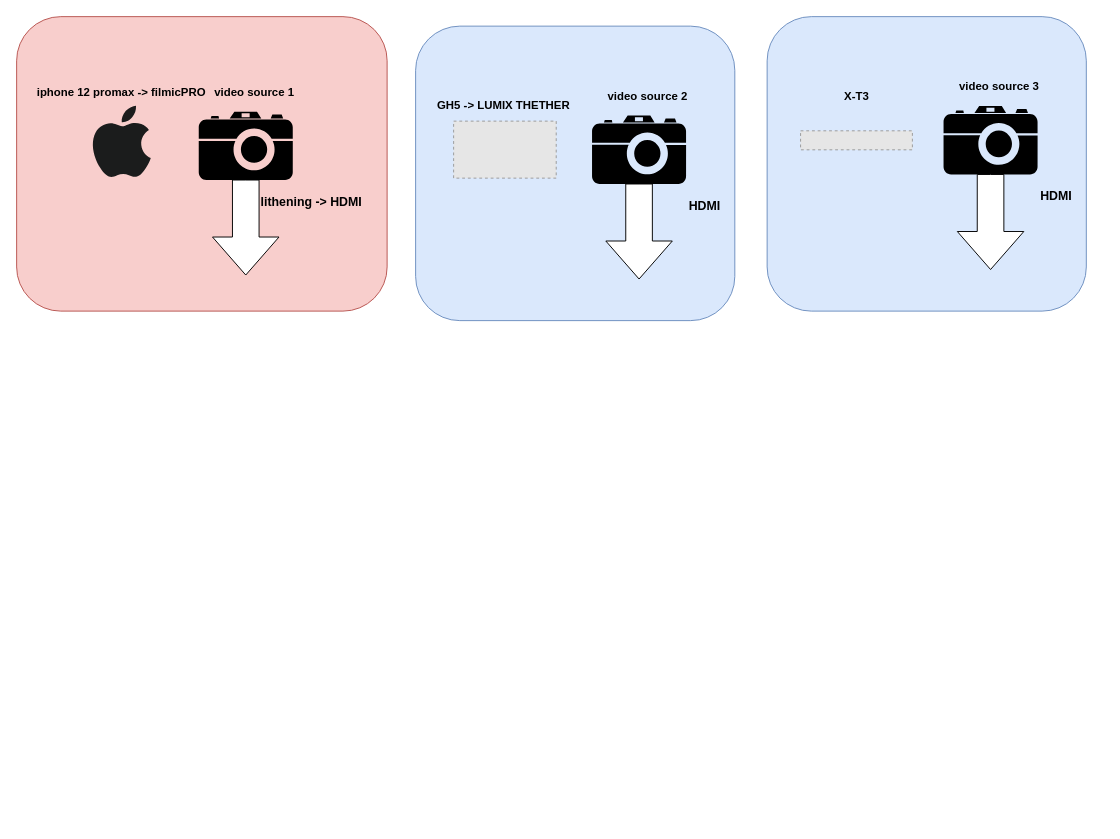
Above: Untitled Diagram.drawio in MarcinSzostak/documentation-user (draw.io), before the change. Source tidied: cells renumbered, new cells numbered last; positions are measured from the earlier drawing's top-left corner, leaving out a move shared by most shapes. Both pictures are drawn from the tidied source at 95%, with x=0, y=0 at pixel (16, 16). Pictures stored in the file or linked from it are replaced by grey dashed boxes.
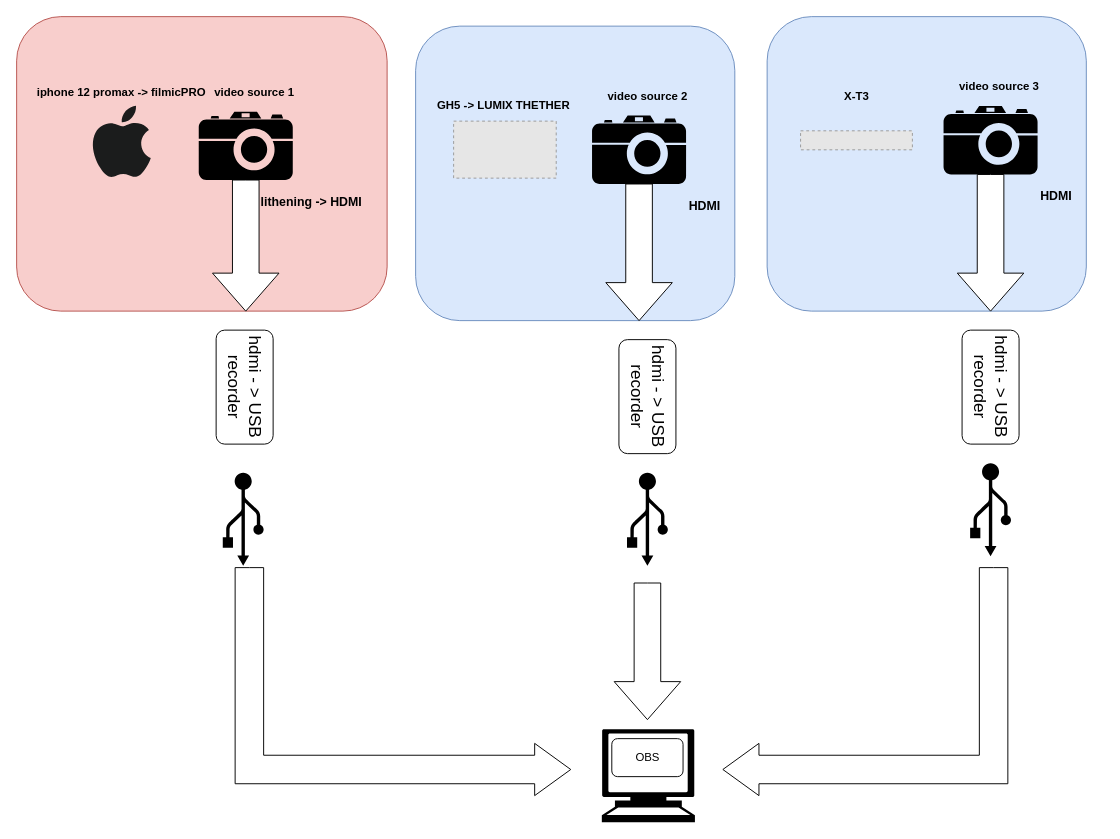
The same page after the edit.

What changed in the source:
```diff
@@
     <mxCell id="8" style="html=1;shadow=0;dashed=0;align=center;verticalAlign=middle;shape=mxgraph.arrows2.arrow;dy=0.6;dx=40;direction=south;notch=0;" parent="1" vertex="1">
-      <mxGeometry x="206.2" y="172" width="70" height="100" as="geometry" />
+      <mxGeometry x="206.2" y="172" width="70" height="138" as="geometry" />
     </mxCell>
@@
     <mxCell id="13" style="html=1;shadow=0;dashed=0;align=center;verticalAlign=middle;shape=mxgraph.arrows2.arrow;dy=0.6;dx=40;direction=south;notch=0;" parent="1" vertex="1">
-      <mxGeometry x="620.2" y="176.2" width="70" height="100" as="geometry" />
+      <mxGeometry x="620.2" y="176.2" width="70" height="143.8" as="geometry" />
     </mxCell>
@@
     <mxCell id="20" style="html=1;shadow=0;dashed=0;align=center;verticalAlign=middle;shape=mxgraph.arrows2.arrow;dy=0.6;dx=40;direction=south;notch=0;" parent="1" vertex="1">
-      <mxGeometry x="990.2" y="166.2" width="70" height="100" as="geometry" />
+      <mxGeometry x="990.2" y="166.2" width="70" height="143.8" as="geometry" />
     </mxCell>
@@
+    <mxCell id="23" value="&lt;font style=&quot;font-size: 18px&quot;&gt;hdmi - &amp;gt; USB recorder&lt;/font&gt;" style="rounded=1;whiteSpace=wrap;html=1;rotation=90;" parent="1" vertex="1">
+      <mxGeometry x="180" y="360" width="120" height="60" as="geometry" />
+    </mxCell>
+    <mxCell id="24" value="&lt;font style=&quot;font-size: 18px&quot;&gt;hdmi - &amp;gt; USB recorder&lt;/font&gt;" style="rounded=1;whiteSpace=wrap;html=1;rotation=90;" parent="1" vertex="1">
+      <mxGeometry x="604" y="370" width="120" height="60" as="geometry" />
+    </mxCell>
+    <mxCell id="25" value="&lt;font style=&quot;font-size: 18px&quot;&gt;hdmi - &amp;gt; USB recorder&lt;/font&gt;" style="rounded=1;whiteSpace=wrap;html=1;rotation=90;" parent="1" vertex="1">
+      <mxGeometry x="965.2" y="360" width="120" height="60" as="geometry" />
+    </mxCell>
+    <mxCell id="26" style="shape=mxgraph.signs.tech.computer;html=1;fillColor=#000000;strokeColor=none;verticalLabelPosition=bottom;verticalAlign=top;align=center;" parent="1" vertex="1">
+      <mxGeometry x="616" y="750" width="98" height="98" as="geometry" />
+    </mxCell>
+    <mxCell id="27" style="shape=mxgraph.signs.tech.usb;html=1;fillColor=#000000;strokeColor=none;verticalLabelPosition=bottom;verticalAlign=top;align=center;rotation=-180;" parent="1" vertex="1">
+      <mxGeometry x="217" y="480" width="43" height="98" as="geometry" />
+    </mxCell>
+    <mxCell id="28" style="shape=mxgraph.signs.tech.usb;html=1;fillColor=#000000;strokeColor=none;verticalLabelPosition=bottom;verticalAlign=top;align=center;rotation=-180;" parent="1" vertex="1">
+      <mxGeometry x="642.5" y="480" width="43" height="98" as="geometry" />
+    </mxCell>
+    <mxCell id="29" style="shape=mxgraph.signs.tech.usb;html=1;fillColor=#000000;strokeColor=none;verticalLabelPosition=bottom;verticalAlign=top;align=center;rotation=-180;" parent="1" vertex="1">
+      <mxGeometry x="1003.7" y="470" width="43" height="98" as="geometry" />
+    </mxCell>
+    <mxCell id="30" style="html=1;shadow=0;dashed=0;align=center;verticalAlign=middle;shape=mxgraph.arrows2.bendArrow;dy=15;dx=38;notch=0;arrowHead=55;rounded=0;rotation=-180;" parent="1" vertex="1">
+      <mxGeometry x="743.4" y="580" width="300" height="240" as="geometry" />
+    </mxCell>
+    <mxCell id="31" style="html=1;shadow=0;dashed=0;align=center;verticalAlign=middle;shape=mxgraph.arrows2.arrow;dy=0.6;dx=40;direction=south;notch=0;" parent="1" vertex="1">
+      <mxGeometry x="629" y="596.2" width="70" height="143.8" as="geometry" />
+    </mxCell>
+    <mxCell id="32" style="html=1;shadow=0;dashed=0;align=center;verticalAlign=middle;shape=mxgraph.arrows2.bendArrow;dy=15;dx=38;notch=0;arrowHead=55;rounded=0;rotation=-180;flipV=0;flipH=1;" parent="1" vertex="1">
+      <mxGeometry x="230" y="580" width="353.3" height="240" as="geometry" />
+    </mxCell>
+    <mxCell id="33" value="OBS" style="rounded=1;whiteSpace=wrap;html=1;" parent="1" vertex="1">
+      <mxGeometry x="626.5" y="760" width="75" height="40" as="geometry" />
+    </mxCell>
```
